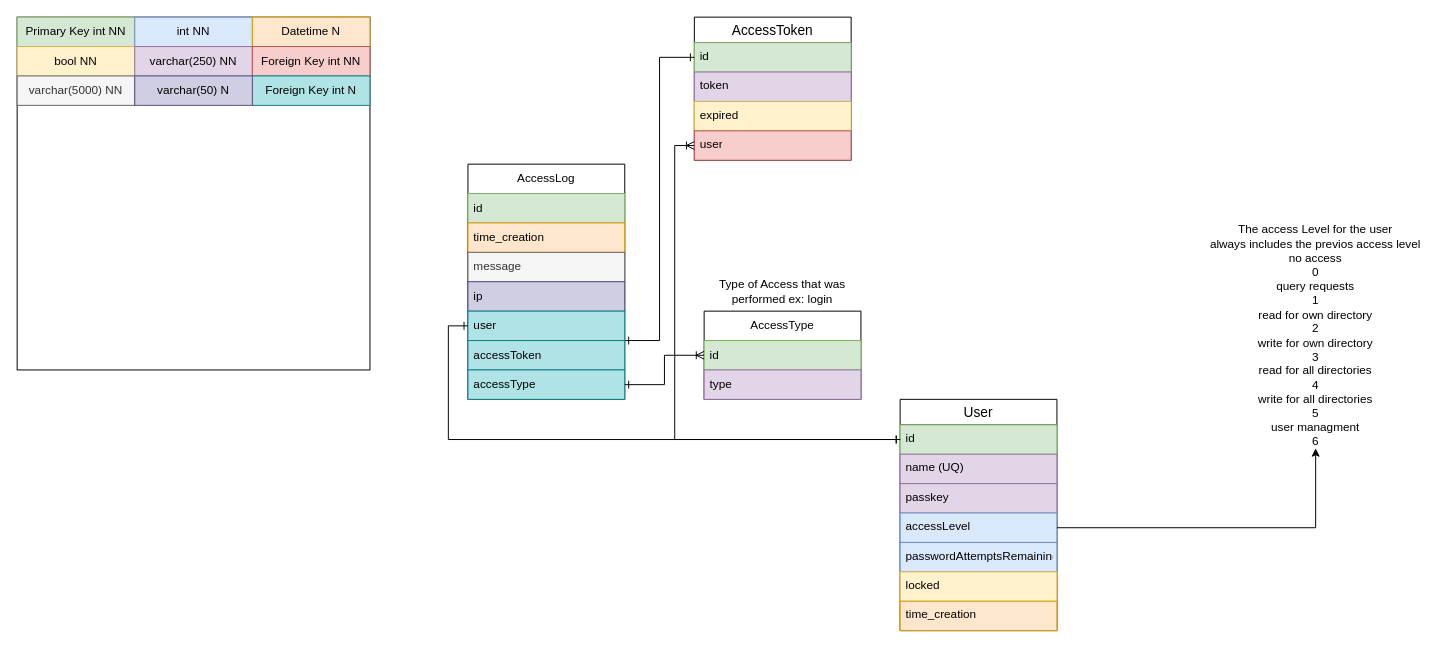
Earlier version of the draw.io diagram Database/DatabaseDiagram.drawio (ZeilingerAlexander/FileServer_NodeJS). Source tidied: cells renumbered, new cells numbered last; positions are measured from the earlier drawing's top-left corner, leaving out a move shared by most shapes. Both pictures are drawn from the tidied source at 98%, with x=0, y=0 at pixel (17, 17).
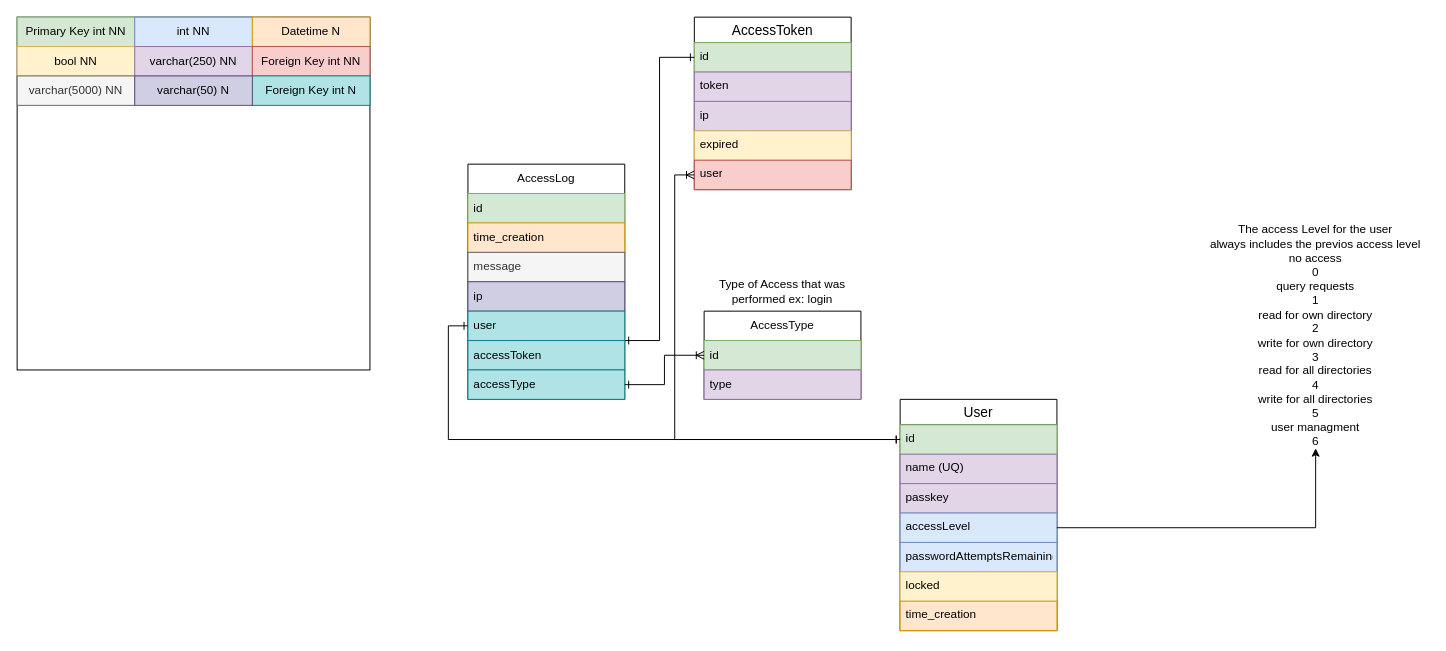
The same page after the edit.

Commit message (it also covers changes not shown here):
update diagram to include ip address in accesstoken table

What changed in the source:
```diff
@@
     <mxCell id="15" value="AccessToken" style="swimlane;fontStyle=0;horizontal=1;startSize=26;align=center;fontSize=14;" parent="1" vertex="1">
-      <mxGeometry x="691" width="160" height="146" as="geometry" />
+      <mxGeometry x="691" width="160" height="176" as="geometry" />
     </mxCell>
@@
+    <mxCell id="43" value="ip" style="text;strokeColor=#9673a6;fillColor=#e1d5e7;spacingLeft=4;spacingRight=4;overflow=hidden;fontSize=12;whiteSpace=wrap;html=1;" parent="15" vertex="1">
+      <mxGeometry y="86" width="160" height="30" as="geometry" />
+    </mxCell>
     <mxCell id="18" value="expired" style="text;strokeColor=#d6b656;fillColor=#fff2cc;spacingLeft=4;spacingRight=4;overflow=hidden;fontSize=12;whiteSpace=wrap;html=1;" parent="15" vertex="1">
-      <mxGeometry y="86" width="160" height="30" as="geometry" />
+      <mxGeometry y="116" width="160" height="30" as="geometry" />
     </mxCell>
     <mxCell id="19" value="user" style="text;strokeColor=#b85450;fillColor=#f8cecc;spacingLeft=4;spacingRight=4;overflow=hidden;points=[[0,0.5],[1,0.5]];portConstraint=eastwest;fontSize=12;whiteSpace=wrap;html=1;" parent="15" vertex="1">
-      <mxGeometry y="116" width="160" height="30" as="geometry" />
+      <mxGeometry y="146" width="160" height="30" as="geometry" />
     </mxCell>
```
